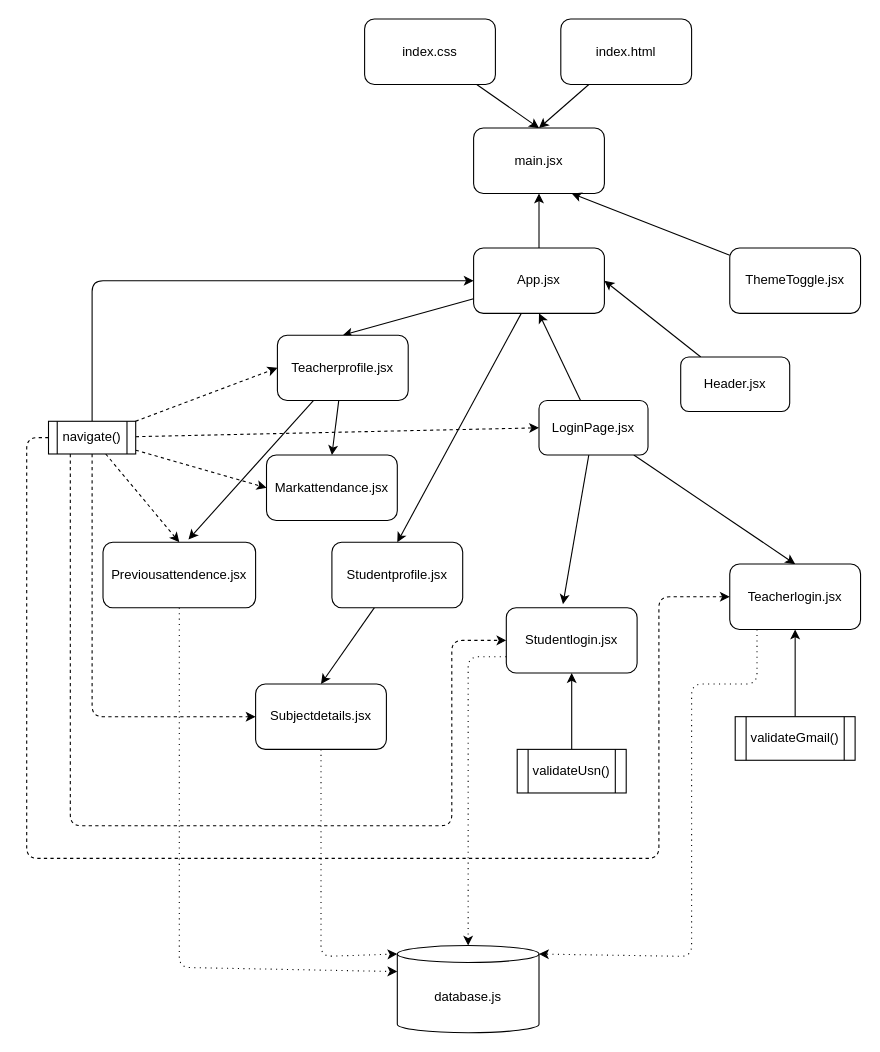
The draw.io diagram Diagram.drawio in Rohan-Shridhar/Attendance-Tracker, before the edit. Source tidied: cells renumbered, new cells numbered last; positions are measured from the earlier drawing's top-left corner, leaving out a move shared by most shapes. Both pictures are drawn from the tidied source at 109%, with x=0, y=0 at pixel (26, 19).
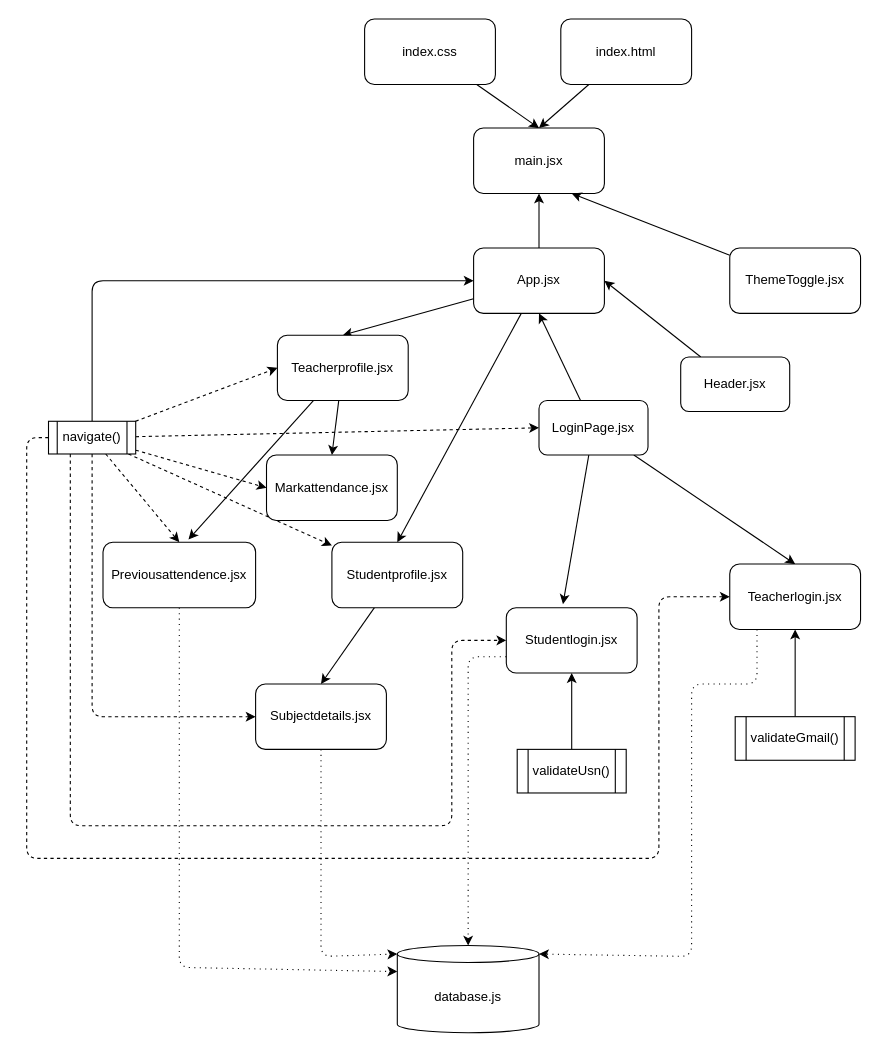
The same page after the edit.

Commit message (it also covers changes not shown here):
Fixed some UI issues and updated the diagram.

Unchanged cells that the change refers to:
```xml
<mxCell id="15" value="Studentprofile.jsx" style="rounded=1;whiteSpace=wrap;html=1;" parent="1" vertex="1">
  <mxGeometry x="280" y="480" width="120" height="60" as="geometry" />
</mxCell>
<mxCell id="28" value="navigate()" style="shape=process;whiteSpace=wrap;html=1;backgroundOutline=1;" parent="1" vertex="1">
  <mxGeometry x="20" y="369" width="80" height="30" as="geometry" />
</mxCell>
```

The edit, as a diff of the source:
```diff
@@
+    <mxCell id="47" style="edgeStyle=none;html=1;dashed=1;" parent="1" edge="1" source="28" target="15">
+      <mxGeometry relative="1" as="geometry" />
+    </mxCell>
```
